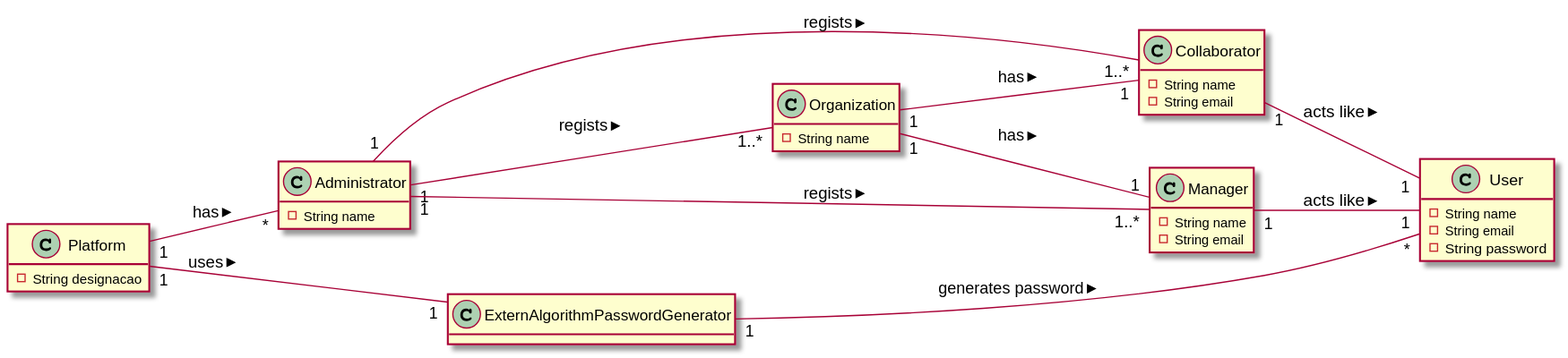
Before: LAPR2-2020-G010-Application/docs/usecases/UC2/UC2_MD.svg, a diagram exported from PlantUML (LourencoMelo/ISEP-LAPR2).
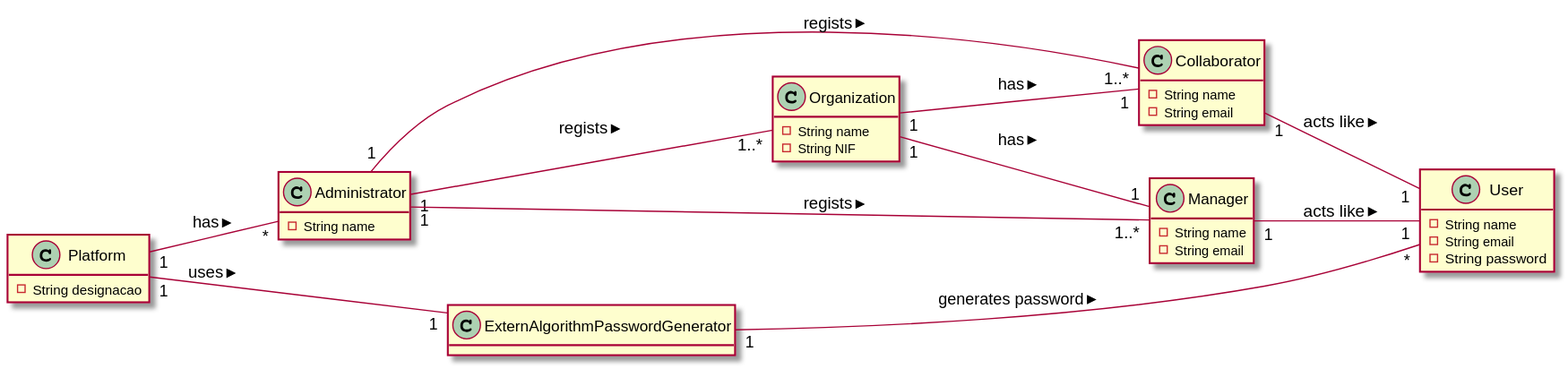
After the change.

Diff of the diagram source:
```diff
@@ -13,6 +13,7 @@
 
 class Organization {
     - String name
+    - String NIF
 }
 
 class Manager {
```
